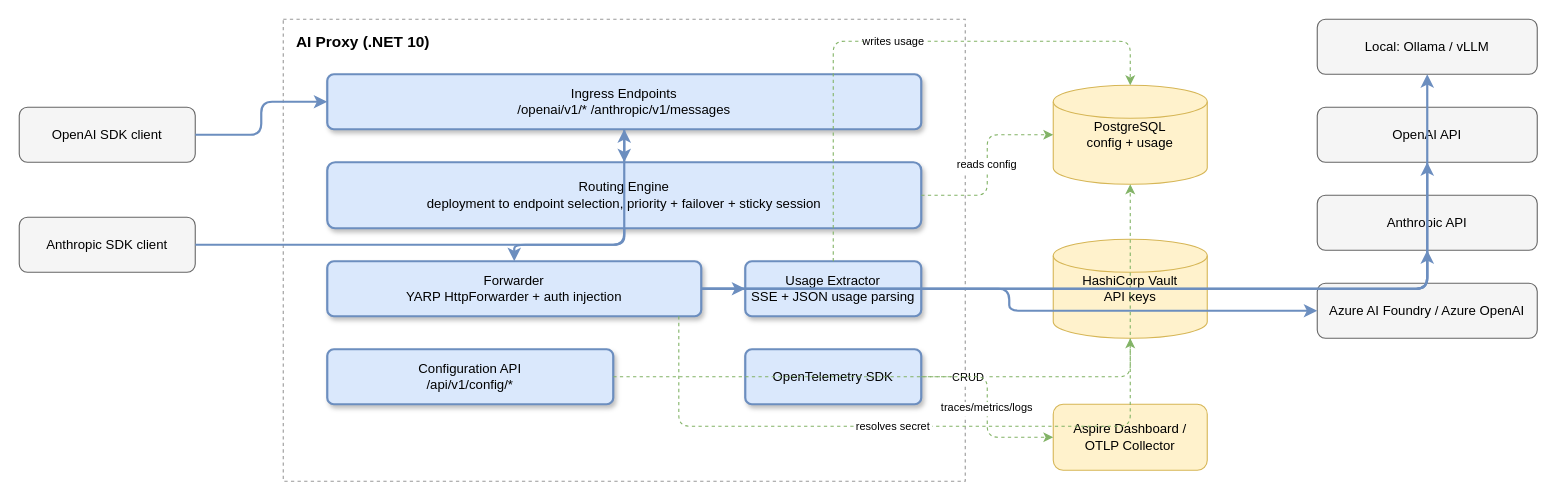
This is specs/architecture/diagrams/01-high-level-architecture.drawio from azureholic/AIProxyPlus, a draw.io file, before an edit. Source tidied: cells renumbered, new cells numbered last; positions are measured from the earlier drawing's top-left corner, leaving out a move shared by most shapes. Both pictures are drawn from the tidied source at 110%, with x=0, y=0 at pixel (19, 19).
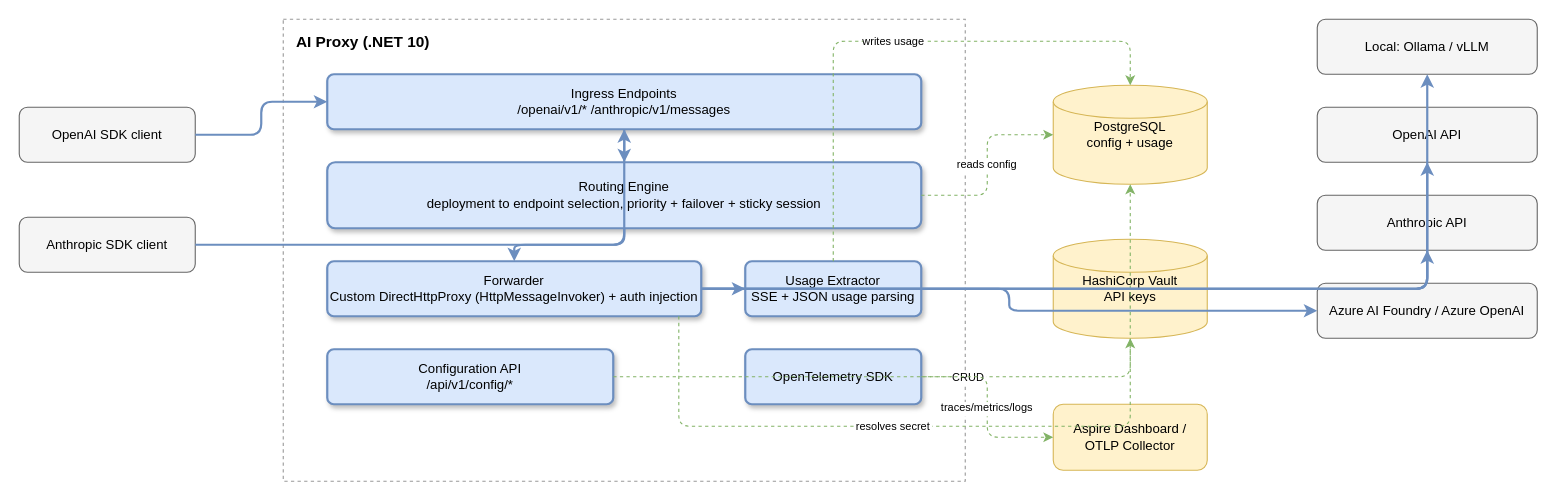
The same page after the edit.

Change to the diagram source:
```diff
@@
-    <mxCell id="7" value="Forwarder&#10;YARP HttpForwarder + auth injection" style="rounded=1;whiteSpace=wrap;html=1;fillColor=#dae8fc;strokeColor=#6c8ebf;strokeWidth=2;arcSize=12;shadow=1;" parent="1" vertex="1">
+    <mxCell id="7" value="Forwarder&#10;Custom DirectHttpProxy (HttpMessageInvoker) + auth injection" style="rounded=1;whiteSpace=wrap;html=1;fillColor=#dae8fc;strokeColor=#6c8ebf;strokeWidth=2;arcSize=12;shadow=1;" parent="1" vertex="1">
       <mxGeometry x="280" y="220" width="340" height="50" as="geometry" />
     </mxCell>
```
